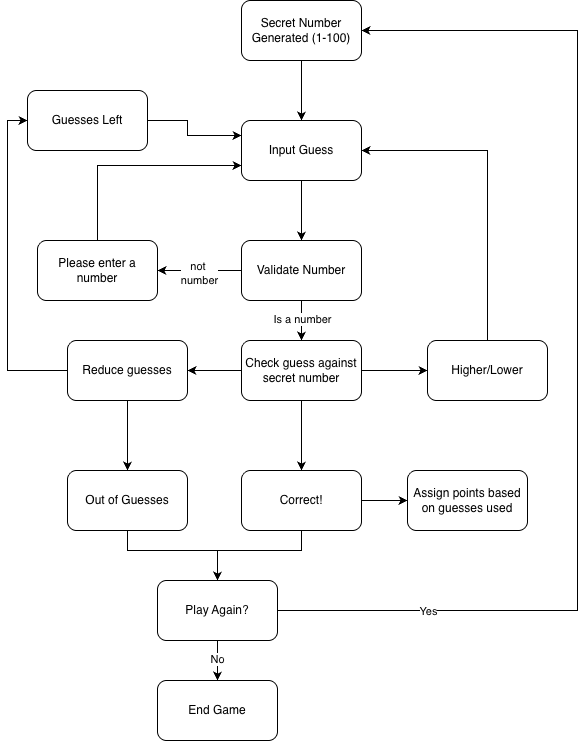
Earlier version of the draw.io export GTN_Logic_Flowchart.png (joshmsterling/guess_the_number). Source tidied: cells renumbered, new cells last; positions are measured from the earlier drawing's top-left corner, leaving out a move shared by most shapes.
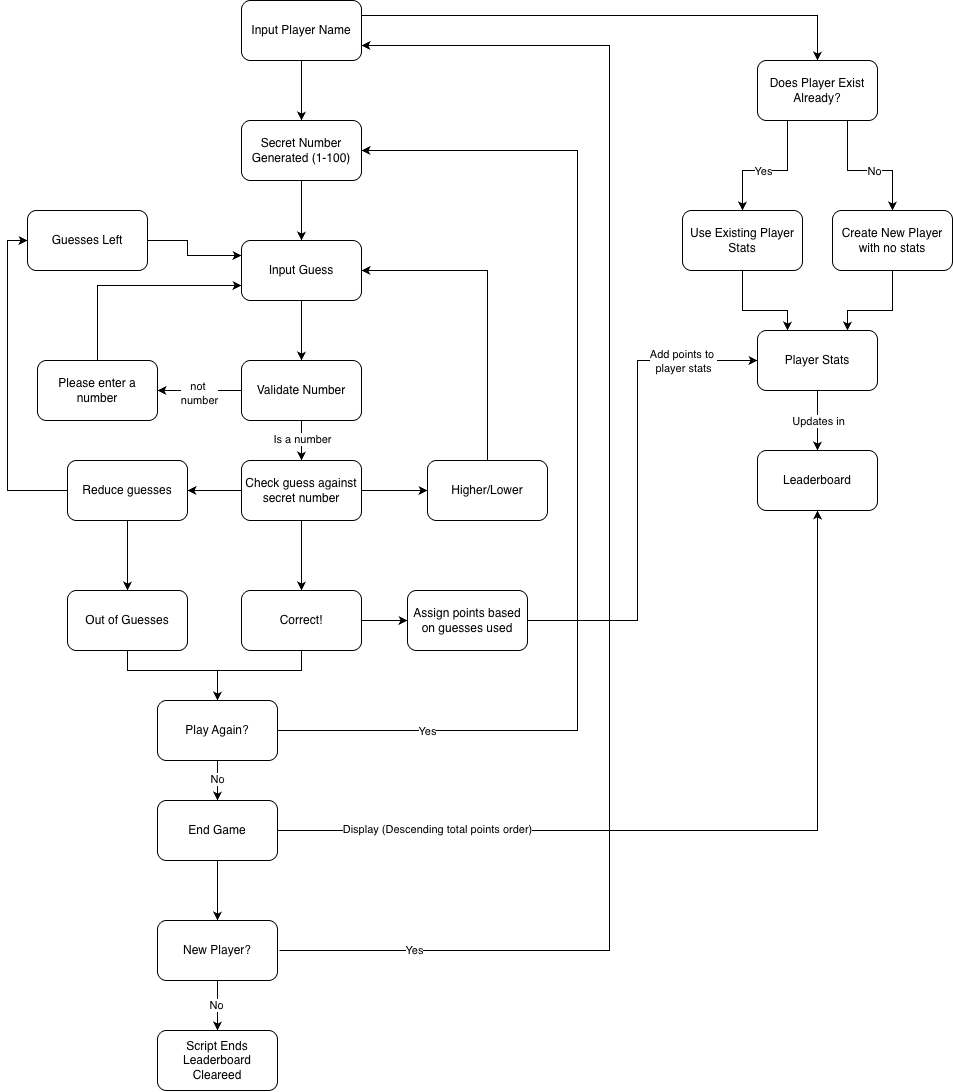
Later version of the same file.

Commit message:
Added leaderboard system and cleaned up UX. Flowchart and README updated

Diff of the diagram source:
```diff
@@ -142,5 +142,139 @@
     <mxCell id="35" style="endArrow=classic;html=1;rounded=0;exitX=1;exitY=0.5;exitDx=0;exitDy=0;entryX=0;entryY=0.5;entryDx=0;entryDy=0;" parent="1" edge="1" source="6" target="34">
       <mxGeometry relative="1" as="geometry" />
     </mxCell>
+    <mxCell id="36" value="Input Player Name" style="rounded=1;whiteSpace=wrap;html=1;" parent="1" vertex="1">
+      <mxGeometry x="234" y="-120" width="120" height="60" as="geometry" />
+    </mxCell>
+    <mxCell id="37" style="endArrow=classic;html=1;rounded=0;exitX=0.5;exitY=1;exitDx=0;exitDy=0;entryX=0.5;entryY=0;entryDx=0;entryDy=0;" parent="1" edge="1" source="36" target="2">
+      <mxGeometry relative="1" as="geometry" />
+    </mxCell>
+    <mxCell id="38" value="New Player?" style="rounded=1;whiteSpace=wrap;html=1;" parent="1" vertex="1">
+      <mxGeometry x="150" y="800" width="120" height="60" as="geometry" />
+    </mxCell>
+    <mxCell id="39" style="endArrow=classic;html=1;rounded=0;exitX=1;exitY=0.5;exitDx=0;exitDy=0;entryX=0.5;entryY=1;entryDx=0;entryDy=0;" parent="1" edge="1" source="27" target="60">
+      <mxGeometry relative="1" as="geometry">
+        <Array as="points">
+          <mxPoint x="810" y="710" />
+        </Array>
+      </mxGeometry>
+    </mxCell>
+    <mxCell id="40" value="Display (Descending total points order)" style="edgeLabel;html=1;align=center;verticalAlign=middle;" parent="39" vertex="1">
+      <mxGeometry x="-0.63" y="2" relative="1" as="geometry">
+        <mxPoint x="1" as="offset" />
+      </mxGeometry>
+    </mxCell>
+    <mxCell id="41" style="endArrow=classic;html=1;rounded=0;exitX=0.5;exitY=1;exitDx=0;exitDy=0;entryX=0.5;entryY=0;entryDx=0;entryDy=0;" parent="1" edge="1" source="27" target="38">
+      <mxGeometry relative="1" as="geometry" />
+    </mxCell>
+    <mxCell id="42" style="endArrow=classic;html=1;rounded=0;exitX=0.5;exitY=1;exitDx=0;exitDy=0;entryX=0.5;entryY=0;entryDx=0;entryDy=0;" parent="1" edge="1" source="38" target="44">
+      <mxGeometry relative="1" as="geometry" />
+    </mxCell>
+    <mxCell id="43" value="No" style="edgeLabel;html=1;align=center;verticalAlign=middle;" parent="42" vertex="1">
+      <mxGeometry y="3" relative="1" as="geometry">
+        <mxPoint x="-5" as="offset" />
+      </mxGeometry>
+    </mxCell>
+    <mxCell id="44" value="Script Ends Leaderboard Cleareed" style="rounded=1;whiteSpace=wrap;html=1;" parent="1" vertex="1">
+      <mxGeometry x="150" y="910" width="120" height="60" as="geometry" />
+    </mxCell>
+    <mxCell id="45" style="endArrow=classic;html=1;rounded=0;exitX=1;exitY=0.5;exitDx=0;exitDy=0;entryX=1;entryY=0.75;entryDx=0;entryDy=0;" parent="1" edge="1" target="36">
+      <mxGeometry relative="1" as="geometry">
+        <mxPoint x="272" y="830" as="sourcePoint" />
+        <Array as="points">
+          <mxPoint x="602" y="830" />
+          <mxPoint x="602" y="-75" />
+        </Array>
+      </mxGeometry>
+    </mxCell>
+    <mxCell id="46" value="Yes" style="edgeLabel;html=1;align=center;verticalAlign=middle;" parent="45" vertex="1">
+      <mxGeometry x="-0.82" y="-4" relative="1" as="geometry">
+        <mxPoint y="-5" as="offset" />
+      </mxGeometry>
+    </mxCell>
+    <mxCell id="47" style="endArrow=classic;html=1;rounded=0;exitX=1;exitY=0.25;exitDx=0;exitDy=0;entryX=0.5;entryY=0;entryDx=0;entryDy=0;" parent="1" edge="1" source="36" target="48">
+      <mxGeometry relative="1" as="geometry">
+        <Array as="points">
+          <mxPoint x="810" y="-105" />
+        </Array>
+      </mxGeometry>
+    </mxCell>
+    <mxCell id="48" value="Does Player Exist Already?" style="rounded=1;whiteSpace=wrap;html=1;" parent="1" vertex="1">
+      <mxGeometry x="750" y="-60" width="120" height="60" as="geometry" />
+    </mxCell>
+    <mxCell id="49" style="endArrow=classic;html=1;rounded=0;exitX=0.75;exitY=1;exitDx=0;exitDy=0;entryX=0.5;entryY=0;entryDx=0;entryDy=0;" parent="1" edge="1" source="48" target="51">
+      <mxGeometry relative="1" as="geometry">
+        <Array as="points">
+          <mxPoint x="840" y="50" />
+          <mxPoint x="885" y="50" />
+        </Array>
+      </mxGeometry>
+    </mxCell>
+    <mxCell id="50" value="No" style="edgeLabel;html=1;align=center;verticalAlign=middle;" parent="49" vertex="1">
+      <mxGeometry x="0.21" relative="1" as="geometry">
+        <mxPoint x="-5" as="offset" />
+      </mxGeometry>
+    </mxCell>
+    <mxCell id="51" value="Create New Player with no stats" style="rounded=1;whiteSpace=wrap;html=1;" parent="1" vertex="1">
+      <mxGeometry x="825" y="90" width="120" height="60" as="geometry" />
+    </mxCell>
+    <mxCell id="52" value="Use Existing Player Stats" style="rounded=1;whiteSpace=wrap;html=1;" parent="1" vertex="1">
+      <mxGeometry x="675" y="90" width="120" height="60" as="geometry" />
+    </mxCell>
+    <mxCell id="53" style="endArrow=classic;html=1;rounded=0;exitX=0.25;exitY=1;exitDx=0;exitDy=0;entryX=0.5;entryY=0;entryDx=0;entryDy=0;" parent="1" edge="1" source="48" target="52">
+      <mxGeometry relative="1" as="geometry">
+        <Array as="points">
+          <mxPoint x="780" y="50" />
+          <mxPoint x="735" y="50" />
+        </Array>
+      </mxGeometry>
+    </mxCell>
+    <mxCell id="54" value="Yes" style="edgeLabel;html=1;align=center;verticalAlign=middle;" parent="53" vertex="1">
+      <mxGeometry x="0.12" relative="1" as="geometry">
+        <mxPoint x="1" as="offset" />
+      </mxGeometry>
+    </mxCell>
+    <mxCell id="55" value="Player Stats" style="rounded=1;whiteSpace=wrap;html=1;" parent="1" vertex="1">
+      <mxGeometry x="750" y="210" width="120" height="60" as="geometry" />
+    </mxCell>
+    <mxCell id="56" style="endArrow=classic;html=1;rounded=0;exitX=0.5;exitY=1;exitDx=0;exitDy=0;entryX=0.75;entryY=0;entryDx=0;entryDy=0;" parent="1" edge="1" source="51" target="55">
+      <mxGeometry relative="1" as="geometry">
+        <Array as="points">
+          <mxPoint x="885" y="190" />
+          <mxPoint x="840" y="190" />
+        </Array>
+      </mxGeometry>
+    </mxCell>
+    <mxCell id="57" style="endArrow=classic;html=1;rounded=0;exitX=0.5;exitY=1;exitDx=0;exitDy=0;entryX=0.25;entryY=0;entryDx=0;entryDy=0;" parent="1" edge="1" source="52" target="55">
+      <mxGeometry relative="1" as="geometry">
+        <Array as="points">
+          <mxPoint x="735" y="190" />
+          <mxPoint x="780" y="190" />
+        </Array>
+      </mxGeometry>
+    </mxCell>
+    <mxCell id="58" style="endArrow=classic;html=1;rounded=0;exitX=1;exitY=0.5;exitDx=0;exitDy=0;entryX=0;entryY=0.5;entryDx=0;entryDy=0;" parent="1" edge="1" source="34" target="55">
+      <mxGeometry relative="1" as="geometry">
+        <Array as="points">
+          <mxPoint x="630" y="500" />
+          <mxPoint x="630" y="240" />
+        </Array>
+      </mxGeometry>
+    </mxCell>
+    <mxCell id="59" value="Add points to&amp;nbsp;&lt;div&gt;player stats&lt;/div&gt;" style="edgeLabel;html=1;align=center;verticalAlign=middle;" parent="58" vertex="1">
+      <mxGeometry x="0.69" y="-2" relative="1" as="geometry">
+        <mxPoint x="3" y="-2" as="offset" />
+      </mxGeometry>
+    </mxCell>
+    <mxCell id="60" value="Leaderboard" style="rounded=1;whiteSpace=wrap;html=1;" parent="1" vertex="1">
+      <mxGeometry x="750" y="330" width="120" height="60" as="geometry" />
+    </mxCell>
+    <mxCell id="61" style="endArrow=classic;html=1;rounded=0;exitX=0.5;exitY=1;exitDx=0;exitDy=0;entryX=0.5;entryY=0;entryDx=0;entryDy=0;" parent="1" edge="1" source="55" target="60">
+      <mxGeometry relative="1" as="geometry" />
+    </mxCell>
+    <mxCell id="62" value="Updates in" style="edgeLabel;html=1;align=center;verticalAlign=middle;" parent="61" vertex="1">
+      <mxGeometry x="-0.32" y="-3" relative="1" as="geometry">
+        <mxPoint x="3" y="10" as="offset" />
+      </mxGeometry>
+    </mxCell>
   </root>
 </mxGraphModel>
```
